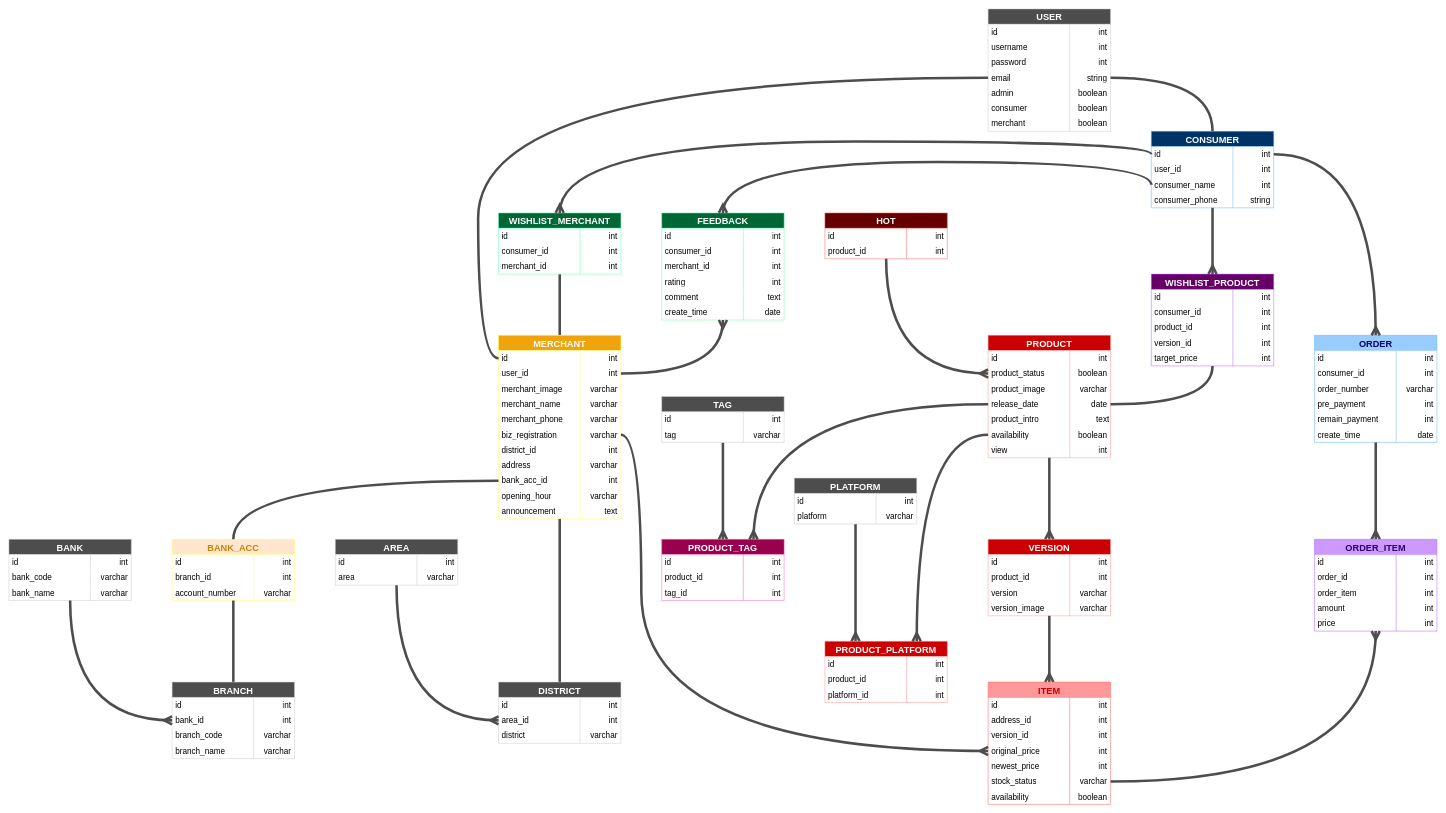
Wils0nLin/FRD-Project keeps this draw.io diagram as guideline/sql_diagram/erd.drawio. Above is the earlier version. Source tidied: cells renumbered, new cells numbered last; positions are measured from the earlier drawing's top-left corner, leaving out a move shared by most shapes. Both pictures are drawn from the tidied source at 51%, with x=0, y=0 at pixel (9, 9).
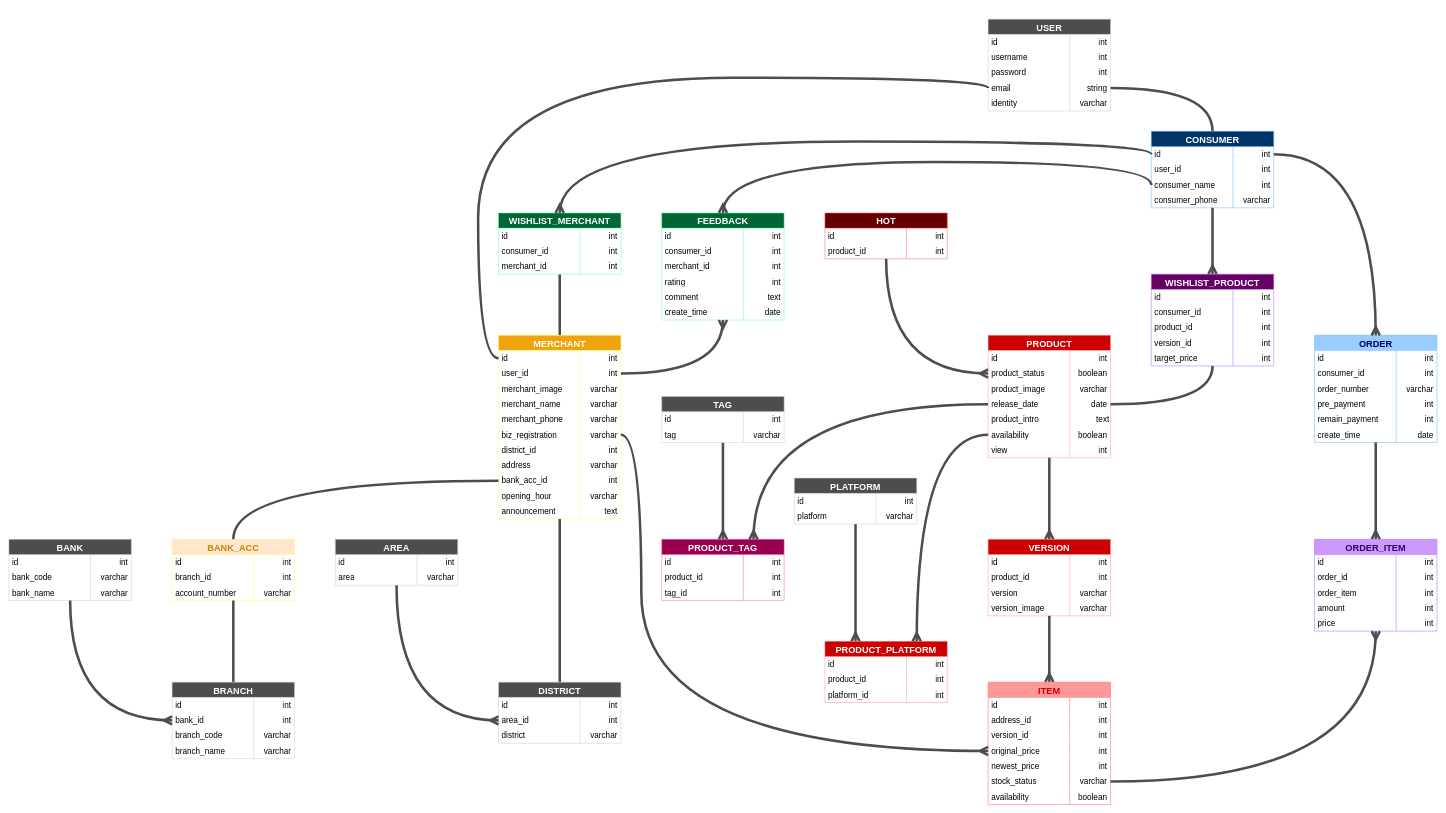
The same page after the edit.

The change refers to these unchanged cells:
```xml
<mxCell id="15" style="shape=tableRow;horizontal=0;startSize=0;swimlaneHead=0;swimlaneBody=0;top=0;left=0;bottom=0;right=0;fillColor=none;" parent="2" vertex="1">
  <mxGeometry y="150" width="240" height="30" as="geometry" />
</mxCell>
<mxCell id="34" style="shape=tableRow;horizontal=0;startSize=0;swimlaneHead=0;swimlaneBody=0;top=0;left=0;bottom=0;right=0;fillColor=none;" parent="24" vertex="1">
  <mxGeometry y="120" width="240" height="30" as="geometry" />
</mxCell>
```

The edit, as a diff of the source:
```diff
@@
     <mxCell id="2" value="USER" style="shape=table;startSize=30;childLayout=tableLayout;rowLines=0;fontStyle=1;fontSize=18;labelBackgroundColor=none;fillColor=#4D4D4D;fontColor=#ffffff;strokeColor=#CCCCCC;swimlaneFillColor=default;" parent="1" vertex="1">
-      <mxGeometry x="1920" width="240" height="240" as="geometry" />
+      <mxGeometry x="1920" y="20" width="240" height="180" as="geometry" />
     </mxCell>
@@
-    <mxCell id="16" value="&amp;nbsp;admin" style="shape=partialRectangle;html=1;whiteSpace=wrap;fillColor=none;top=0;left=0;bottom=0;right=0;overflow=hidden;fontSize=16;align=left;" parent="15" vertex="1">
+    <mxCell id="16" value="&amp;nbsp;identity" style="shape=partialRectangle;html=1;whiteSpace=wrap;fillColor=none;top=0;left=0;bottom=0;right=0;overflow=hidden;fontSize=16;align=left;" parent="15" vertex="1">
       <mxGeometry width="160" height="30" as="geometry" />
     </mxCell>
-    <mxCell id="17" value="boolean&amp;nbsp;" style="shape=partialRectangle;html=1;whiteSpace=wrap;fillColor=none;top=0;left=0;bottom=0;right=0;align=right;spacingLeft=6;overflow=hidden;fontSize=16;" parent="15" vertex="1">
+    <mxCell id="17" value="varchar&amp;nbsp;" style="shape=partialRectangle;html=1;whiteSpace=wrap;fillColor=none;top=0;left=0;bottom=0;right=0;align=right;spacingLeft=6;overflow=hidden;fontSize=16;" parent="15" vertex="1">
       <mxGeometry x="160" width="80" height="30" as="geometry" />
     </mxCell>
-    <mxCell id="18" style="shape=tableRow;horizontal=0;startSize=0;swimlaneHead=0;swimlaneBody=0;top=0;left=0;bottom=0;right=0;fillColor=none;" parent="2" vertex="1">
-      <mxGeometry y="180" width="240" height="30" as="geometry" />
-    </mxCell>
-    <mxCell id="19" value="&amp;nbsp;consumer" style="shape=partialRectangle;html=1;whiteSpace=wrap;fillColor=none;top=0;left=0;bottom=0;right=0;overflow=hidden;fontSize=16;align=left;" parent="18" vertex="1">
-      <mxGeometry width="160" height="30" as="geometry" />
-    </mxCell>
-    <mxCell id="20" value="boolean&amp;nbsp;" style="shape=partialRectangle;html=1;whiteSpace=wrap;fillColor=none;top=0;left=0;bottom=0;right=0;align=right;spacingLeft=6;overflow=hidden;fontSize=16;" parent="18" vertex="1">
-      <mxGeometry x="160" width="80" height="30" as="geometry" />
-    </mxCell>
-    <mxCell id="21" style="shape=tableRow;horizontal=0;startSize=0;swimlaneHead=0;swimlaneBody=0;top=0;left=0;bottom=0;right=0;fillColor=none;" parent="2" vertex="1">
-      <mxGeometry y="210" width="240" height="30" as="geometry" />
-    </mxCell>
-    <mxCell id="22" value="&amp;nbsp;merchant" style="shape=partialRectangle;html=1;whiteSpace=wrap;fillColor=none;top=0;left=0;bottom=0;right=0;overflow=hidden;fontSize=16;align=left;" parent="21" vertex="1">
-      <mxGeometry width="160" height="30" as="geometry" />
-    </mxCell>
-    <mxCell id="23" value="boolean&amp;nbsp;" style="shape=partialRectangle;html=1;whiteSpace=wrap;fillColor=none;top=0;left=0;bottom=0;right=0;align=right;spacingLeft=6;overflow=hidden;fontSize=16;" parent="21" vertex="1">
-      <mxGeometry x="160" width="80" height="30" as="geometry" />
-    </mxCell>
@@
-    <mxCell id="36" value="string&amp;nbsp;" style="shape=partialRectangle;html=1;whiteSpace=wrap;fillColor=none;top=0;left=0;bottom=0;right=0;align=right;spacingLeft=6;overflow=hidden;fontSize=16;" parent="34" vertex="1">
+    <mxCell id="36" value="varchar&amp;nbsp;" style="shape=partialRectangle;html=1;whiteSpace=wrap;fillColor=none;top=0;left=0;bottom=0;right=0;align=right;spacingLeft=6;overflow=hidden;fontSize=16;" parent="34" vertex="1">
       <mxGeometry x="160" width="80" height="30" as="geometry" />
     </mxCell>
```
